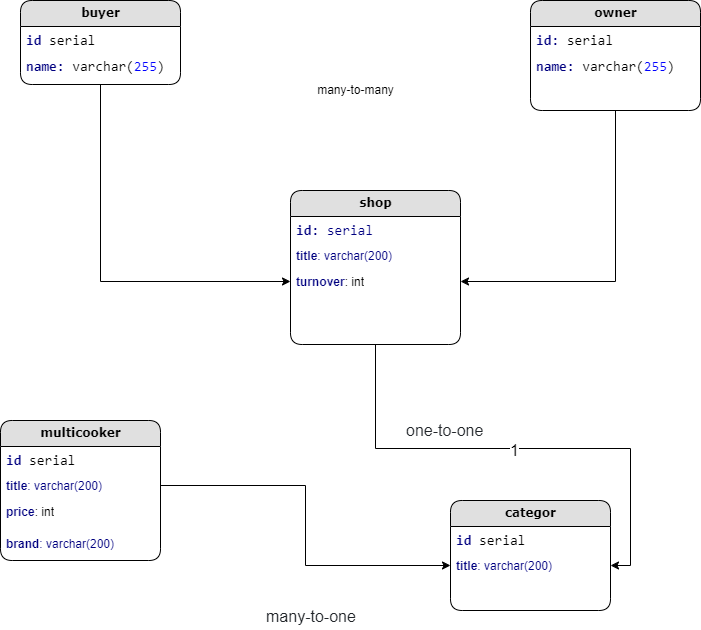
Above: sqlbd/связи между таблицами.png in selove-jara/job4j_design (draw.io), before the change. Source tidied: cells renumbered, new cells last; positions are measured from the earlier drawing's top-left corner, leaving out a move shared by most shapes.
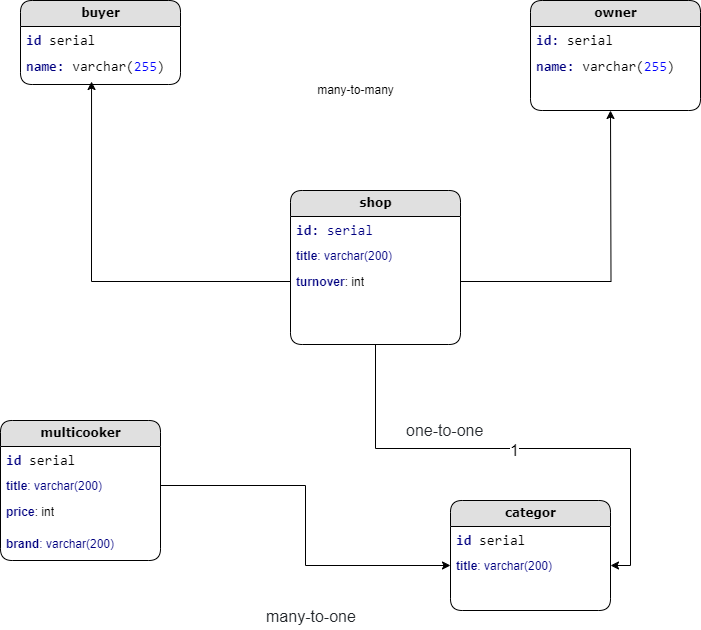
The same diagram one commit later.

Commit message:
1. Связи между таблицами [#373615]

What changed in the source:
```diff
@@ -2,9 +2,6 @@
   <root>
     <mxCell id="0" />
     <mxCell id="1" parent="0" />
-    <mxCell id="2" style="edgeStyle=orthogonalEdgeStyle;rounded=0;jettySize=auto;html=1;entryX=1;entryY=0.5;entryDx=0;entryDy=0;" parent="1" edge="1" source="3" target="11">
-      <mxGeometry relative="1" as="geometry" />
-    </mxCell>
     <mxCell id="3" value="&lt;span class=&quot;EzKURWReUAB5oZgtQNkl&quot; style=&quot;white-space: pre-wrap;&quot;&gt;owner&lt;/span&gt;" style="swimlane;html=1;fontStyle=1;horizontal=1;startSize=26;fillColor=#e0e0e0;swimlaneFillColor=#ffffff;align=center;rounded=1;shadow=0;comic=0;labelBackgroundColor=none;strokeWidth=1;fontFamily=Verdana;fontSize=12;" parent="1" vertex="1">
       <mxGeometry x="530" width="170" height="110" as="geometry" />
     </mxCell>
@@ -29,6 +26,11 @@
     <mxCell id="10" value="&lt;span style=&quot;white-space-collapse: preserve;&quot;&gt;&lt;b&gt;title&lt;/b&gt;: varchar(200)&lt;/span&gt;" style="text;html=1;strokeColor=none;fillColor=none;spacingLeft=4;spacingRight=4;whiteSpace=wrap;overflow=hidden;fontColor=#000080;" parent="8" vertex="1">
       <mxGeometry y="52" width="170" height="26" as="geometry" />
     </mxCell>
+    <mxCell id="28" style="edgeStyle=orthogonalEdgeStyle;rounded=0;jettySize=auto;html=1;exitX=1;exitY=0.5;exitDx=0;exitDy=0;" parent="8" edge="1" source="11">
+      <mxGeometry relative="1" as="geometry">
+        <mxPoint x="320" y="-80" as="targetPoint" />
+      </mxGeometry>
+    </mxCell>
     <mxCell id="11" value="&lt;span style=&quot;white-space-collapse: preserve;&quot; class=&quot;EzKURWReUAB5oZgtQNkl&quot;&gt;&lt;font color=&quot;#000080&quot;&gt;&lt;b&gt;turnover&lt;/b&gt;&lt;/font&gt;: int&lt;/span&gt;" style="text;html=1;strokeColor=none;fillColor=none;spacingLeft=4;spacingRight=4;whiteSpace=wrap;overflow=hidden;points=[[0,0.5],[1,0.5]];portConstraint=eastwest;" parent="8" vertex="1">
       <mxGeometry y="78" width="170" height="26" as="geometry" />
     </mxCell>
@@ -41,9 +43,6 @@
     <mxCell id="14" value="&lt;b style=&quot;white-space-collapse: preserve; color: rgb(0, 0, 128);&quot;&gt;title&lt;/b&gt;&lt;span style=&quot;white-space-collapse: preserve; color: rgb(0, 0, 128);&quot;&gt;: varchar(200)&lt;/span&gt;" style="text;html=1;strokeColor=none;fillColor=none;spacingLeft=4;spacingRight=4;whiteSpace=wrap;overflow=hidden;points=[[0,0.5],[1,0.5]];portConstraint=eastwest;" parent="12" vertex="1">
       <mxGeometry y="52" width="160" height="26" as="geometry" />
     </mxCell>
-    <mxCell id="15" style="edgeStyle=orthogonalEdgeStyle;rounded=0;jettySize=auto;html=1;entryX=0;entryY=0.5;entryDx=0;entryDy=0;" parent="1" edge="1" source="16" target="11">
-      <mxGeometry relative="1" as="geometry" />
-    </mxCell>
     <mxCell id="16" value="&lt;span class=&quot;EzKURWReUAB5oZgtQNkl&quot; style=&quot;white-space: pre-wrap;&quot;&gt;buyer&lt;/span&gt;" style="swimlane;html=1;fontStyle=1;horizontal=1;startSize=26;fillColor=#e0e0e0;swimlaneFillColor=#ffffff;align=center;rounded=1;shadow=0;comic=0;labelBackgroundColor=none;strokeWidth=1;fontFamily=Verdana;fontSize=12;" parent="1" vertex="1">
       <mxGeometry x="20" width="160" height="84" as="geometry" />
     </mxCell>
@@ -80,5 +79,8 @@
     <mxCell id="27" value="&lt;span style=&quot;color: rgb(33, 37, 41); font-family: Arial, &amp;quot;Helvetica Neue&amp;quot;, sans-serif; font-size: 16px; background-color: rgb(255, 255, 255);&quot;&gt;one-to-one&lt;/span&gt;" style="text;html=1;strokeColor=none;fillColor=none;spacingLeft=4;spacingRight=4;whiteSpace=wrap;overflow=hidden;" parent="1" vertex="1">
       <mxGeometry x="400" y="414" width="170" height="26" as="geometry" />
     </mxCell>
+    <mxCell id="29" style="edgeStyle=orthogonalEdgeStyle;rounded=0;jettySize=auto;html=1;entryX=0.444;entryY=1.036;entryDx=0;entryDy=0;entryPerimeter=0;" parent="1" edge="1" source="11" target="18">
+      <mxGeometry relative="1" as="geometry" />
+    </mxCell>
   </root>
 </mxGraphModel>
```
